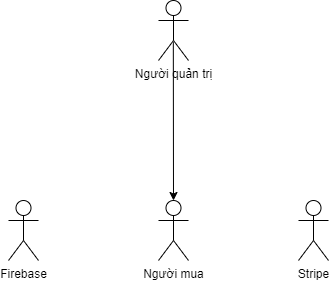
Before: Picture_UC/Users/Users.drawio.png, a diagram exported from draw.io (DiagaticSnith/goshop). Source tidied: cells renumbered, new cells last; positions are measured from the earlier drawing's top-left corner, leaving out a move shared by most shapes.
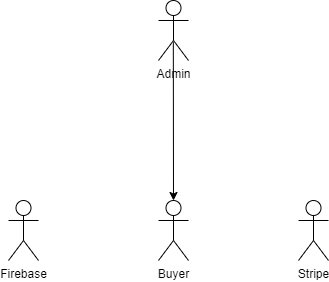
Later version of the same file.

The edit, as a diff of the source:
```diff
@@ -2,10 +2,10 @@
   <root>
     <mxCell id="0" />
     <mxCell id="1" parent="0" />
-    <mxCell id="2" value="Người quản trị" style="shape=umlActor;verticalLabelPosition=bottom;verticalAlign=top;html=1;" parent="1" vertex="1">
+    <mxCell id="2" value="Admin" style="shape=umlActor;verticalLabelPosition=bottom;verticalAlign=top;html=1;" parent="1" vertex="1">
       <mxGeometry x="150" width="30" height="60" as="geometry" />
     </mxCell>
-    <mxCell id="3" value="Người mua" style="shape=umlActor;verticalLabelPosition=bottom;verticalAlign=top;html=1;" parent="1" vertex="1">
+    <mxCell id="3" value="Buyer" style="shape=umlActor;verticalLabelPosition=bottom;verticalAlign=top;html=1;" parent="1" vertex="1">
       <mxGeometry x="150" y="200" width="30" height="60" as="geometry" />
     </mxCell>
     <mxCell id="4" value="Stripe" style="shape=umlActor;verticalLabelPosition=bottom;verticalAlign=top;html=1;" parent="1" vertex="1">
```
